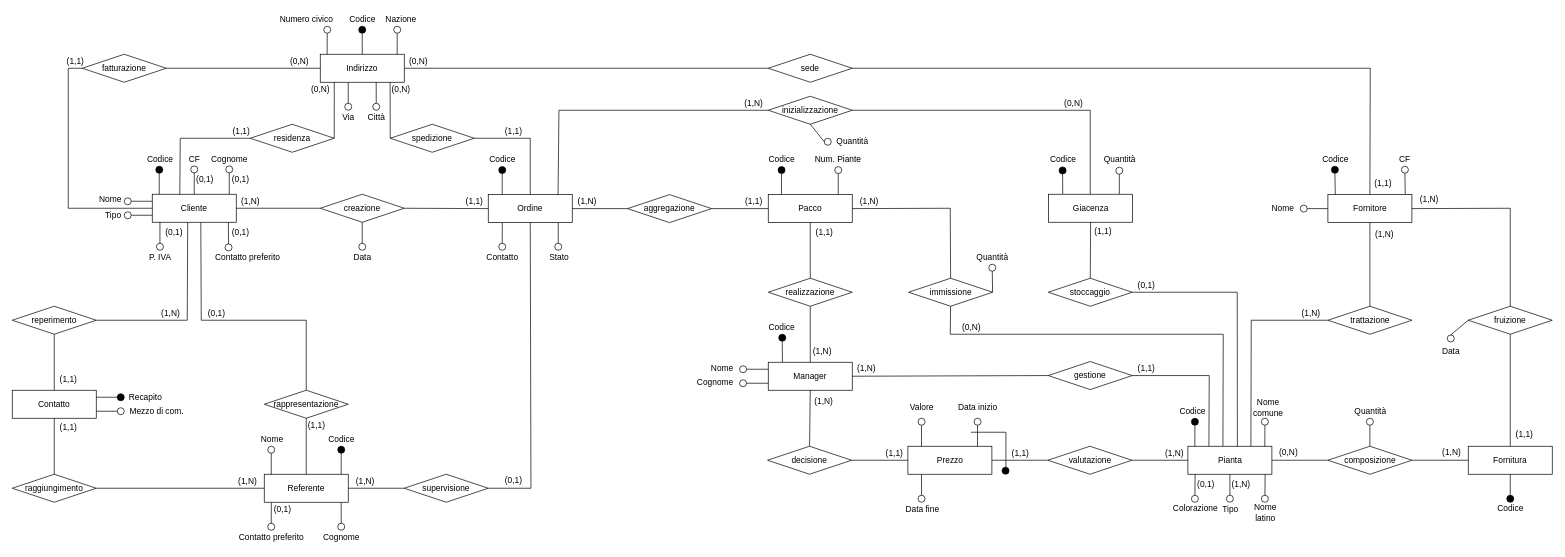
Above: ER-diagrams/ER-master-bis.drawio in nic-agos/Verde-S.R.L (draw.io), before the change. Source tidied: cells renumbered, new cells numbered last; positions are measured from the earlier drawing's top-left corner, leaving out a move shared by most shapes. Both pictures are drawn from the tidied source at 70%, with x=0, y=0 at pixel (12, 12).
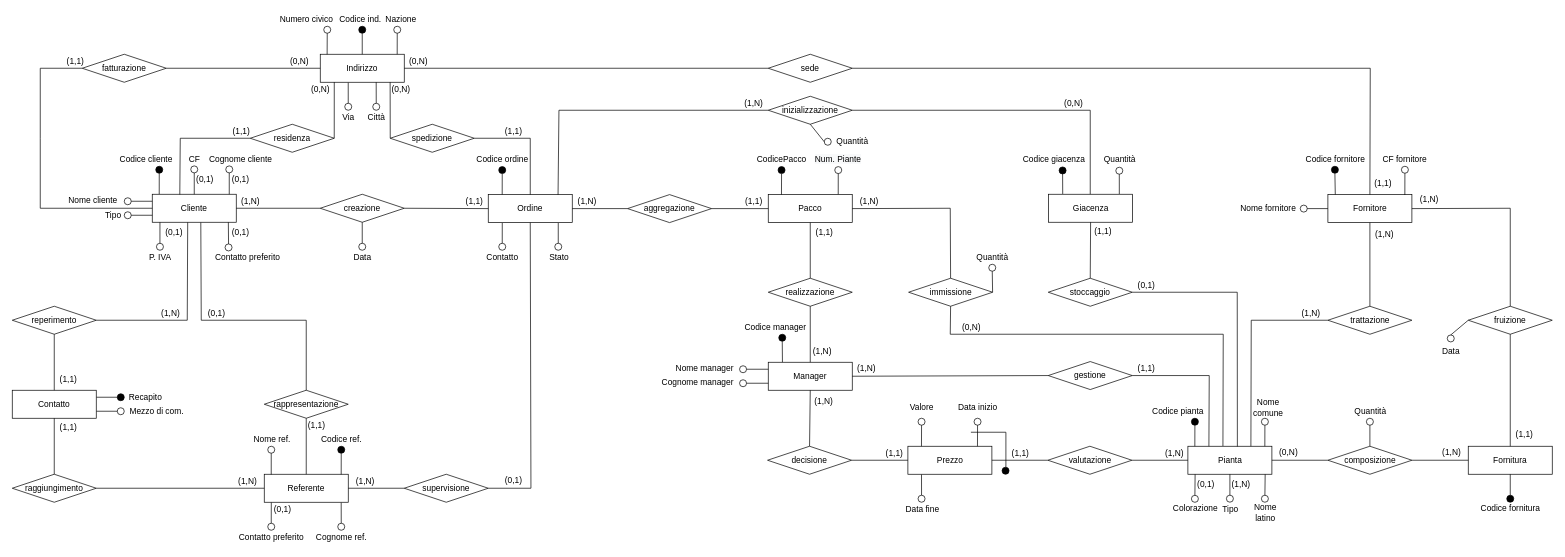
The same diagram, later.

Unchanged cells that the change refers to:
```xml
<mxCell id="2" value="Cliente" style="rounded=0;whiteSpace=wrap;html=1;strokeWidth=1;perimeterSpacing=0;" parent="1" vertex="1">
  <mxGeometry x="200" y="260" width="120" height="40" as="geometry" />
</mxCell>
<mxCell id="113" value="Fornitore" style="rounded=0;whiteSpace=wrap;html=1;strokeWidth=1;perimeterSpacing=0;" parent="1" vertex="1">
  <mxGeometry x="1879.5" y="260.5" width="120" height="40" as="geometry" />
</mxCell>
<mxCell id="121" style="ellipse;whiteSpace=wrap;html=1;strokeWidth=1;fillColor=none;" parent="1" vertex="1">
  <mxGeometry x="1984.5" y="220" width="10" height="10" as="geometry" />
</mxCell>
<mxCell id="233" value="fatturazione" style="rhombus;whiteSpace=wrap;html=1;" parent="1" vertex="1">
  <mxGeometry x="100" y="60" width="120" height="40" as="geometry" />
</mxCell>
```

The edit, as a diff of the source:
```diff
@@
-    <mxCell id="5" value="Codice" style="text;html=1;align=center;verticalAlign=middle;strokeColor=none;fillColor=none;" parent="1" vertex="1">
-      <mxGeometry x="186" y="201" width="50" height="20" as="geometry" />
+    <mxCell id="5" value="Codice cliente" style="text;html=1;align=center;verticalAlign=middle;strokeColor=none;fillColor=none;" parent="1" vertex="1">
+      <mxGeometry x="146" y="201" width="90" height="20" as="geometry" />
     </mxCell>
@@
-    <mxCell id="14" value="Nome" style="text;html=1;align=center;verticalAlign=middle;strokeColor=none;fillColor=none;" parent="1" vertex="1">
-      <mxGeometry x="346" y="600" width="50" height="20" as="geometry" />
+    <mxCell id="14" value="Nome ref." style="text;html=1;align=center;verticalAlign=middle;strokeColor=none;fillColor=none;" parent="1" vertex="1">
+      <mxGeometry x="336" y="600" width="70" height="20" as="geometry" />
     </mxCell>
@@
-    <mxCell id="17" value="Cognome" style="text;html=1;align=center;verticalAlign=middle;strokeColor=none;fillColor=none;" parent="1" vertex="1">
-      <mxGeometry x="435" y="740" width="70" height="20" as="geometry" />
+    <mxCell id="17" value="Cognome ref." style="text;html=1;align=center;verticalAlign=middle;strokeColor=none;fillColor=none;" parent="1" vertex="1">
+      <mxGeometry x="425" y="740" width="90" height="20" as="geometry" />
     </mxCell>
@@
-    <mxCell id="34" value="Codice" style="text;html=1;align=center;verticalAlign=middle;strokeColor=none;fillColor=none;" parent="1" vertex="1">
-      <mxGeometry x="675" y="200.5" width="50" height="20" as="geometry" />
+    <mxCell id="34" value="Codice ordine" style="text;html=1;align=center;verticalAlign=middle;strokeColor=none;fillColor=none;" parent="1" vertex="1">
+      <mxGeometry x="655" y="200.5" width="90" height="20" as="geometry" />
     </mxCell>
@@
-    <mxCell id="39" value="Codice" style="text;html=1;align=center;verticalAlign=middle;strokeColor=none;fillColor=none;" parent="1" vertex="1">
-      <mxGeometry x="1074" y="200.5" width="50" height="20" as="geometry" />
+    <mxCell id="39" value="CodicePacco" style="text;html=1;align=center;verticalAlign=middle;strokeColor=none;fillColor=none;" parent="1" vertex="1">
+      <mxGeometry x="1054" y="200.5" width="90" height="20" as="geometry" />
     </mxCell>
@@
-    <mxCell id="73" value="Codice" style="text;html=1;align=center;verticalAlign=middle;strokeColor=none;fillColor=none;" parent="1" vertex="1">
-      <mxGeometry x="1660.5" y="560" width="50" height="20" as="geometry" />
+    <mxCell id="73" value="Codice pianta" style="text;html=1;align=center;verticalAlign=middle;strokeColor=none;fillColor=none;" parent="1" vertex="1">
+      <mxGeometry x="1620" y="560" width="90" height="20" as="geometry" />
     </mxCell>
@@
-    <mxCell id="116" value="Codice" style="text;html=1;align=center;verticalAlign=middle;strokeColor=none;fillColor=none;" parent="1" vertex="1">
-      <mxGeometry x="1864.5" y="200" width="50" height="20" as="geometry" />
+    <mxCell id="116" value="Codice fornitore" style="text;html=1;align=center;verticalAlign=middle;strokeColor=none;fillColor=none;" parent="1" vertex="1">
+      <mxGeometry x="1839.5" y="200" width="100" height="20" as="geometry" />
     </mxCell>
@@
-    <mxCell id="119" value="Nome" style="text;html=1;align=center;verticalAlign=middle;strokeColor=none;fillColor=none;" parent="1" vertex="1">
-      <mxGeometry x="1790" y="270" width="50" height="20" as="geometry" />
+    <mxCell id="119" value="Nome fornitore" style="text;html=1;align=center;verticalAlign=middle;strokeColor=none;fillColor=none;" parent="1" vertex="1">
+      <mxGeometry x="1748.5" y="270" width="90" height="20" as="geometry" />
     </mxCell>
-    <mxCell id="120" style="endArrow=none;html=1;rounded=0;fillColor=#000000;exitX=0.5;exitY=1;exitDx=0;exitDy=0;" parent="1" edge="1" source="121">
-      <mxGeometry relative="1" as="geometry">
-        <mxPoint x="1990" y="260" as="targetPoint" />
-      </mxGeometry>
+    <mxCell id="120" style="endArrow=none;html=1;rounded=0;fillColor=#000000;exitX=0.5;exitY=1;exitDx=0;exitDy=0;entryX=0.916;entryY=0.011;entryDx=0;entryDy=0;entryPerimeter=0;" parent="1" edge="1" source="121" target="113">
+      <mxGeometry relative="1" as="geometry" />
     </mxCell>
@@
-    <mxCell id="122" value="CF" style="text;html=1;align=center;verticalAlign=middle;strokeColor=none;fillColor=none;" parent="1" vertex="1">
-      <mxGeometry x="1973.5" y="200" width="30" height="20" as="geometry" />
+    <mxCell id="122" value="CF fornitore" style="text;html=1;align=center;verticalAlign=middle;strokeColor=none;fillColor=none;" parent="1" vertex="1">
+      <mxGeometry x="1948.5" y="200" width="80" height="20" as="geometry" />
     </mxCell>
@@
-    <mxCell id="151" value="Codice" style="text;html=1;align=center;verticalAlign=middle;strokeColor=none;fillColor=none;" parent="1" vertex="1">
-      <mxGeometry x="2115" y="699" width="50" height="20" as="geometry" />
+    <mxCell id="151" value="Codice fornitura" style="text;html=1;align=center;verticalAlign=middle;strokeColor=none;fillColor=none;" parent="1" vertex="1">
+      <mxGeometry x="2090" y="699" width="100" height="20" as="geometry" />
     </mxCell>
@@
-    <mxCell id="156" value="Codice" style="text;html=1;align=center;verticalAlign=middle;strokeColor=none;fillColor=none;" parent="1" vertex="1">
-      <mxGeometry x="1475.5" y="201" width="50" height="20" as="geometry" />
+    <mxCell id="156" value="Codice giacenza" style="text;html=1;align=center;verticalAlign=middle;strokeColor=none;fillColor=none;" parent="1" vertex="1">
+      <mxGeometry x="1438" y="201.4" width="100" height="20" as="geometry" />
     </mxCell>
@@
-    <mxCell id="166" value="Codice" style="text;html=1;align=center;verticalAlign=middle;strokeColor=none;fillColor=none;" parent="1" vertex="1">
-      <mxGeometry x="1074" y="441" width="50" height="20" as="geometry" />
+    <mxCell id="166" value="Codice manager" style="text;html=1;align=center;verticalAlign=middle;strokeColor=none;fillColor=none;" parent="1" vertex="1">
+      <mxGeometry x="1040" y="441" width="100" height="20" as="geometry" />
     </mxCell>
@@
-    <mxCell id="171" value="Nome" style="text;html=1;align=center;verticalAlign=middle;strokeColor=none;fillColor=none;" parent="1" vertex="1">
-      <mxGeometry x="989" y="499" width="50" height="20" as="geometry" />
+    <mxCell id="171" value="Nome manager" style="text;html=1;align=center;verticalAlign=middle;strokeColor=none;fillColor=none;" parent="1" vertex="1">
+      <mxGeometry x="939" y="499" width="100" height="20" as="geometry" />
     </mxCell>
-    <mxCell id="172" value="Cognome" style="text;html=1;align=center;verticalAlign=middle;strokeColor=none;fillColor=none;" parent="1" vertex="1">
-      <mxGeometry x="969" y="519" width="70" height="20" as="geometry" />
+    <mxCell id="172" value="Cognome manager" style="text;html=1;align=center;verticalAlign=middle;strokeColor=none;fillColor=none;" parent="1" vertex="1">
+      <mxGeometry x="919" y="519" width="120" height="20" as="geometry" />
     </mxCell>
@@
-    <mxCell id="195" value="Codice" style="text;html=1;align=center;verticalAlign=middle;strokeColor=none;fillColor=none;" parent="1" vertex="1">
-      <mxGeometry x="445" y="600" width="50" height="20" as="geometry" />
+    <mxCell id="195" value="Codice ref." style="text;html=1;align=center;verticalAlign=middle;strokeColor=none;fillColor=none;" parent="1" vertex="1">
+      <mxGeometry x="435" y="600" width="70" height="20" as="geometry" />
     </mxCell>
-    <mxCell id="196" value="Nome" style="text;html=1;align=center;verticalAlign=middle;strokeColor=none;fillColor=none;" parent="1" vertex="1">
-      <mxGeometry x="115" y="258" width="50" height="20" as="geometry" />
+    <mxCell id="196" value="Nome cliente" style="text;html=1;align=center;verticalAlign=middle;strokeColor=none;fillColor=none;" parent="1" vertex="1">
+      <mxGeometry x="70" y="259" width="90" height="20" as="geometry" />
     </mxCell>
-    <mxCell id="197" value="Cognome" style="text;html=1;align=center;verticalAlign=middle;strokeColor=none;fillColor=none;" parent="1" vertex="1">
-      <mxGeometry x="275" y="201.4" width="70" height="20" as="geometry" />
+    <mxCell id="197" value="Cognome cliente" style="text;html=1;align=center;verticalAlign=middle;strokeColor=none;fillColor=none;" parent="1" vertex="1">
+      <mxGeometry x="271" y="199.5" width="110" height="20" as="geometry" />
     </mxCell>
@@
-    <mxCell id="246" value="Codice" style="text;html=1;align=center;verticalAlign=middle;strokeColor=none;fillColor=none;" parent="1" vertex="1">
-      <mxGeometry x="475" width="50" height="20" as="geometry" />
+    <mxCell id="246" value="Codice ind." style="text;html=1;align=center;verticalAlign=middle;strokeColor=none;fillColor=none;" parent="1" vertex="1">
+      <mxGeometry x="457" width="80" height="20" as="geometry" />
     </mxCell>
@@
     <mxCell id="249" style="endArrow=none;html=1;rounded=0;entryX=0;entryY=0.5;entryDx=0;entryDy=0;exitX=0;exitY=0.5;exitDx=0;exitDy=0;" parent="1" edge="1" source="233" target="2">
       <mxGeometry relative="1" as="geometry">
         <Array as="points">
-          <mxPoint x="80" y="80" />
-          <mxPoint x="80" y="280" />
+          <mxPoint x="40" y="80" />
+          <mxPoint x="40" y="180" />
+          <mxPoint x="40" y="280" />
         </Array>
       </mxGeometry>
     </mxCell>
```
